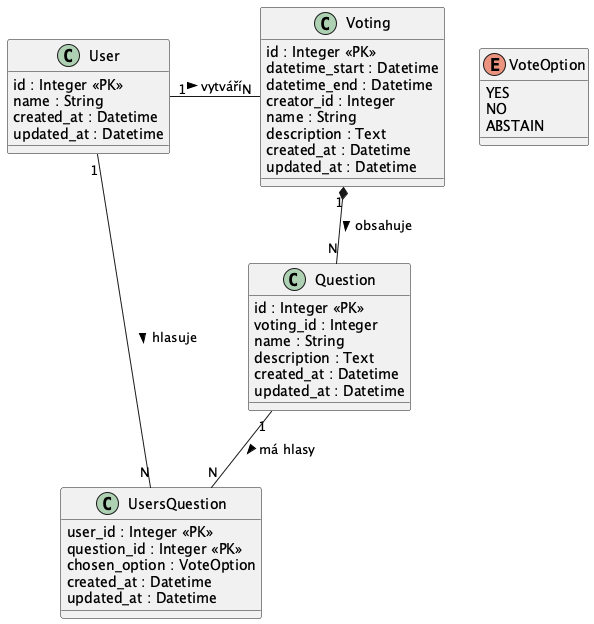
jacky32/slovjani keeps this PlantUML diagram as docs/diagrams/Voting System Class Diagram.png. Above is the earlier version.
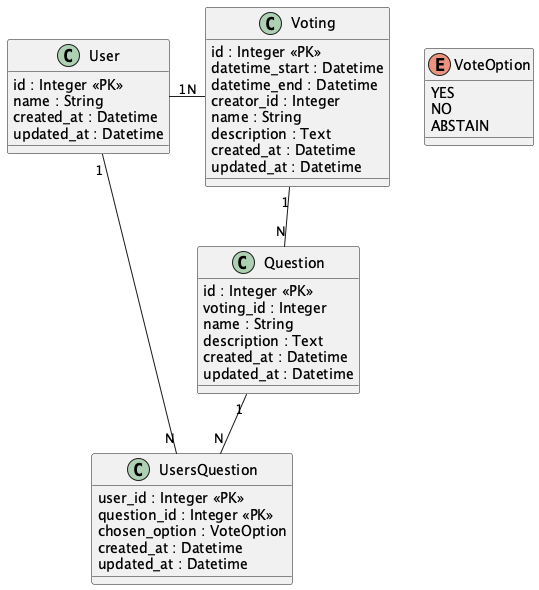
Later version of the same file.

Change to the diagram source:
```diff
@@ -41,9 +41,9 @@
   updated_at : Datetime
 }
 
-Voting "1" *-- "N" Question : obsahuje >
-User "1" -- "N" UsersQuestion : hlasuje >
-Question "1" -- "N" UsersQuestion : má hlasy >
-User "1" - "N" Voting : vytváří >
+Voting "1" -- "N" Question
+User "1" -- "N" UsersQuestion
+Question "1" -- "N" UsersQuestion
+User "1" - "N" Voting
 
 @enduml
```
